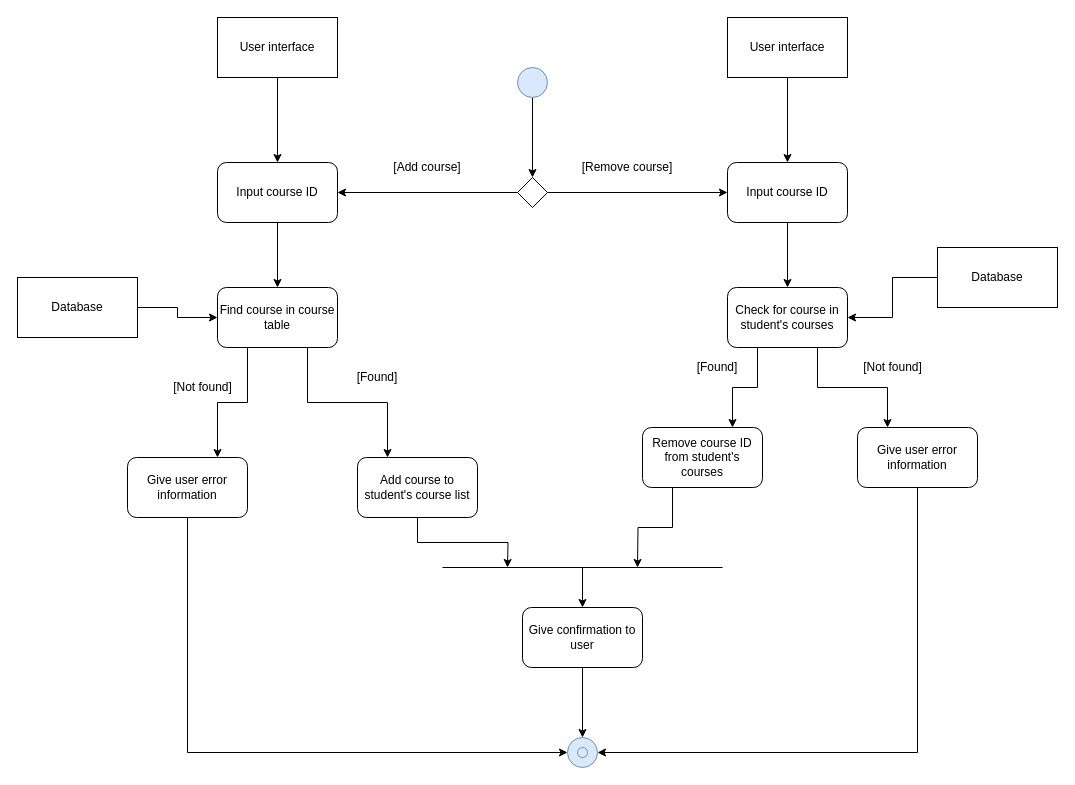
This is Drawio diagrams/add_remove_course_activity.drawio from peterklem/CURSE, a draw.io file, before an edit. Source tidied: cells renumbered, new cells numbered last; positions are measured from the earlier drawing's top-left corner, leaving out a move shared by most shapes. Both pictures are drawn from the tidied source at 100%, with x=0, y=0 at pixel (17, 17).
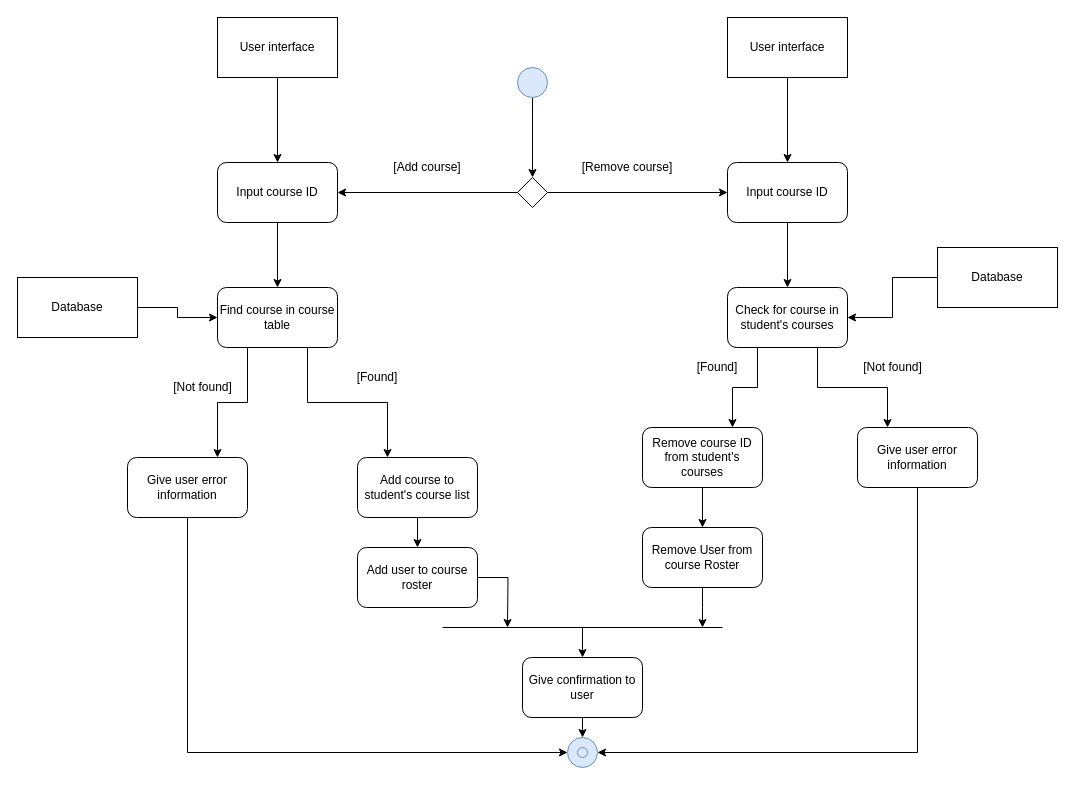
Above is the later version.

Unchanged cells that the change refers to:
```xml
<mxCell id="20" value="Add course to student's course list" style="rounded=1;whiteSpace=wrap;html=1;" parent="1" vertex="1">
  <mxGeometry x="340" y="440" width="120" height="60" as="geometry" />
</mxCell>
<mxCell id="35" value="Remove course ID from student's courses" style="rounded=1;whiteSpace=wrap;html=1;" parent="1" vertex="1">
  <mxGeometry x="625" y="410" width="120" height="60" as="geometry" />
</mxCell>
```

Change to the diagram source:
```diff
@@
-    <mxCell id="19" style="edgeStyle=orthogonalEdgeStyle;rounded=0;jettySize=auto;html=1;exitX=0.5;exitY=1;exitDx=0;exitDy=0;" parent="1" edge="1" source="20">
-      <mxGeometry relative="1" as="geometry">
-        <mxPoint x="490" y="550" as="targetPoint" />
-      </mxGeometry>
+    <mxCell id="19" style="edgeStyle=orthogonalEdgeStyle;rounded=0;jettySize=auto;html=1;exitX=0.5;exitY=1;exitDx=0;exitDy=0;entryX=0.5;entryY=0;entryDx=0;entryDy=0;" parent="1" edge="1" source="20" target="47">
+      <mxGeometry relative="1" as="geometry" />
     </mxCell>
@@
     <mxCell id="21" style="endArrow=none;html=1;" parent="1" edge="1">
       <mxGeometry relative="1" as="geometry">
-        <mxPoint x="425" y="550" as="sourcePoint" />
-        <mxPoint x="705" y="550" as="targetPoint" />
+        <mxPoint x="425" y="610" as="sourcePoint" />
+        <mxPoint x="705" y="610" as="targetPoint" />
       </mxGeometry>
     </mxCell>
@@
     <mxCell id="23" value="Give confirmation to user" style="rounded=1;whiteSpace=wrap;html=1;" parent="1" vertex="1">
-      <mxGeometry x="505" y="590" width="120" height="60" as="geometry" />
+      <mxGeometry x="505" y="640" width="120" height="60" as="geometry" />
     </mxCell>
     <mxCell id="24" style="endArrow=classic;html=1;entryX=0.5;entryY=0;entryDx=0;entryDy=0;" parent="1" edge="1" target="23">
       <mxGeometry relative="1" as="geometry">
-        <mxPoint x="565" y="550" as="sourcePoint" />
+        <mxPoint x="565" y="610" as="sourcePoint" />
       </mxGeometry>
     </mxCell>
@@
-    <mxCell id="34" style="edgeStyle=orthogonalEdgeStyle;rounded=0;jettySize=auto;html=1;exitX=0.25;exitY=1;exitDx=0;exitDy=0;" parent="1" edge="1" source="35">
-      <mxGeometry relative="1" as="geometry">
-        <mxPoint x="620" y="550" as="targetPoint" />
-      </mxGeometry>
-    </mxCell>
@@
+    <mxCell id="46" style="edgeStyle=orthogonalEdgeStyle;rounded=0;jettySize=auto;html=1;" parent="1" edge="1" source="47">
+      <mxGeometry relative="1" as="geometry">
+        <mxPoint x="490" y="610" as="targetPoint" />
+      </mxGeometry>
+    </mxCell>
+    <mxCell id="47" value="Add user to course roster" style="rounded=1;whiteSpace=wrap;html=1;" parent="1" vertex="1">
+      <mxGeometry x="340" y="530" width="120" height="60" as="geometry" />
+    </mxCell>
+    <mxCell id="48" style="endArrow=classic;html=1;exitX=0.5;exitY=1;exitDx=0;exitDy=0;" parent="1" edge="1" source="35">
+      <mxGeometry relative="1" as="geometry">
+        <mxPoint x="685" y="510" as="targetPoint" />
+      </mxGeometry>
+    </mxCell>
+    <mxCell id="49" style="edgeStyle=orthogonalEdgeStyle;rounded=0;jettySize=auto;html=1;" parent="1" edge="1" source="50">
+      <mxGeometry relative="1" as="geometry">
+        <mxPoint x="685" y="610" as="targetPoint" />
+      </mxGeometry>
+    </mxCell>
+    <mxCell id="50" value="Remove User from course Roster" style="rounded=1;whiteSpace=wrap;html=1;" parent="1" vertex="1">
+      <mxGeometry x="625" y="510" width="120" height="60" as="geometry" />
+    </mxCell>
```
